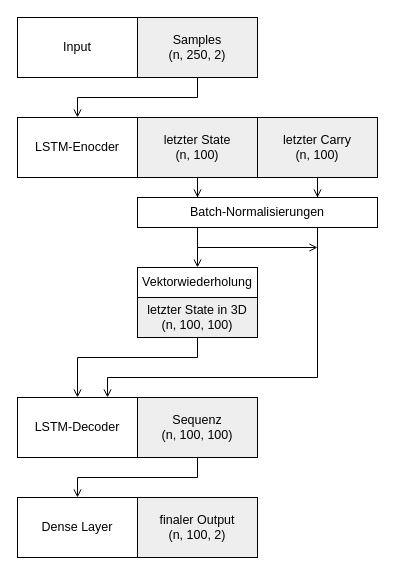
This is plots/model_2.drawio from visserle/two-hearts, a draw.io file, before an edit. Source tidied: cells renumbered, new cells numbered last; positions are measured from the earlier drawing's top-left corner, leaving out a move shared by most shapes. Both pictures are drawn from the tidied source at 100%, with x=0, y=0 at pixel (17, 17).
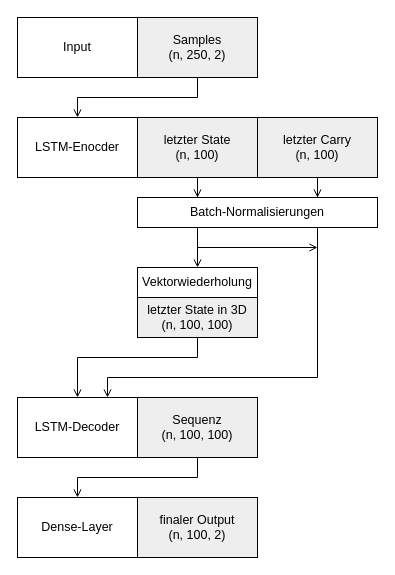
After the change.

Diff of the diagram source:
```diff
@@
-    <mxCell id="13" value="Dense Layer" style="rounded=0;whiteSpace=wrap;html=1;align=center;fontSize=12.5;horizontal=1;" parent="1" vertex="1">
+    <mxCell id="13" value="Dense-Layer" style="rounded=0;whiteSpace=wrap;html=1;align=center;fontSize=12.5;horizontal=1;" parent="1" vertex="1">
       <mxGeometry y="480" width="120" height="60" as="geometry" />
     </mxCell>
```
